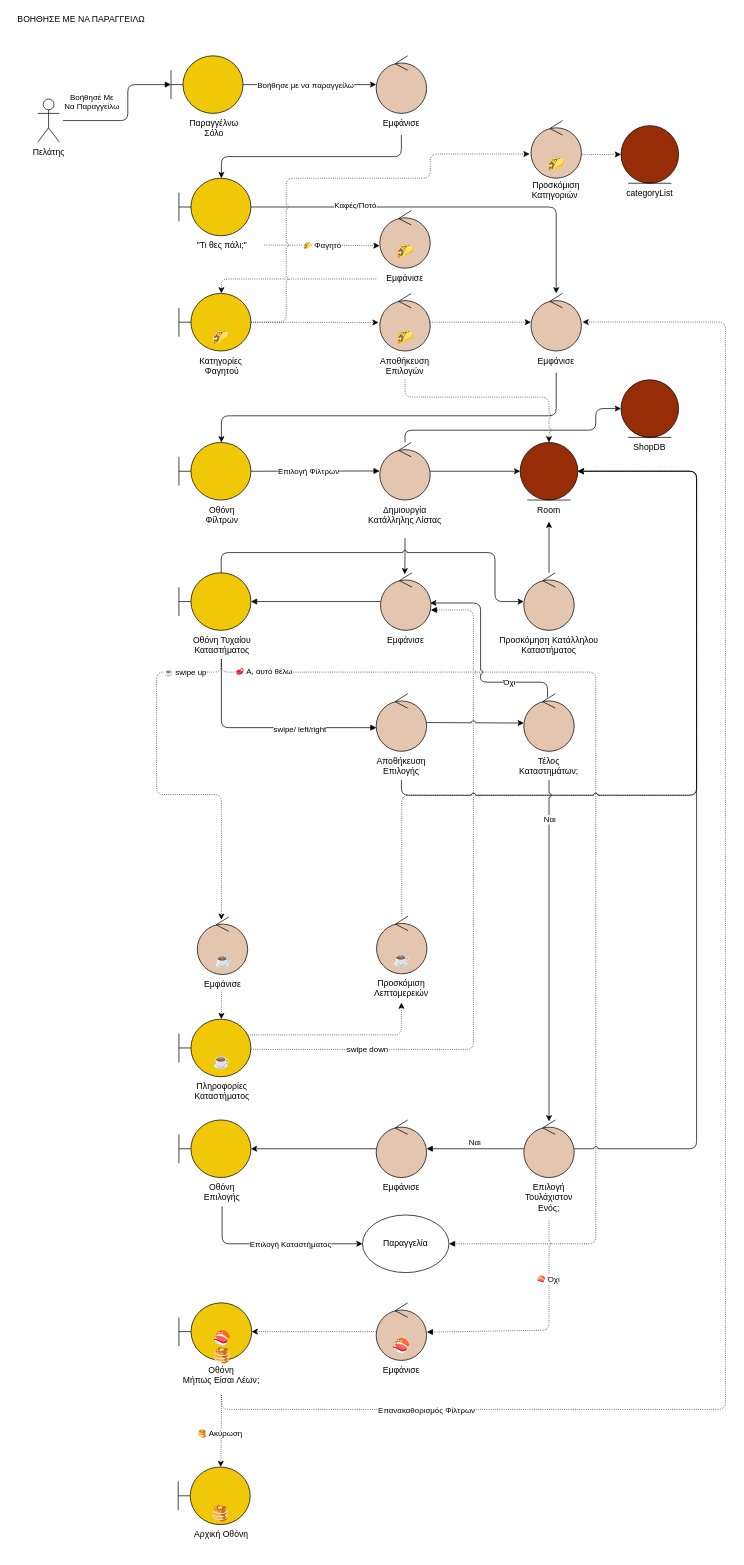
This is docs/contributions/iloudaros/Diagrams/Roubstness Diagrams/Customer/Solo Help Me Order/Solo Help Me Order Robustness.drawio from iloudaros/nomnomr, a draw.io file, before an edit. Source tidied: cells renumbered, new cells numbered last; positions are measured from the earlier drawing's top-left corner, leaving out a move shared by most shapes. Both pictures are drawn from the tidied source at 72%, with x=0, y=0 at pixel (12, 12).
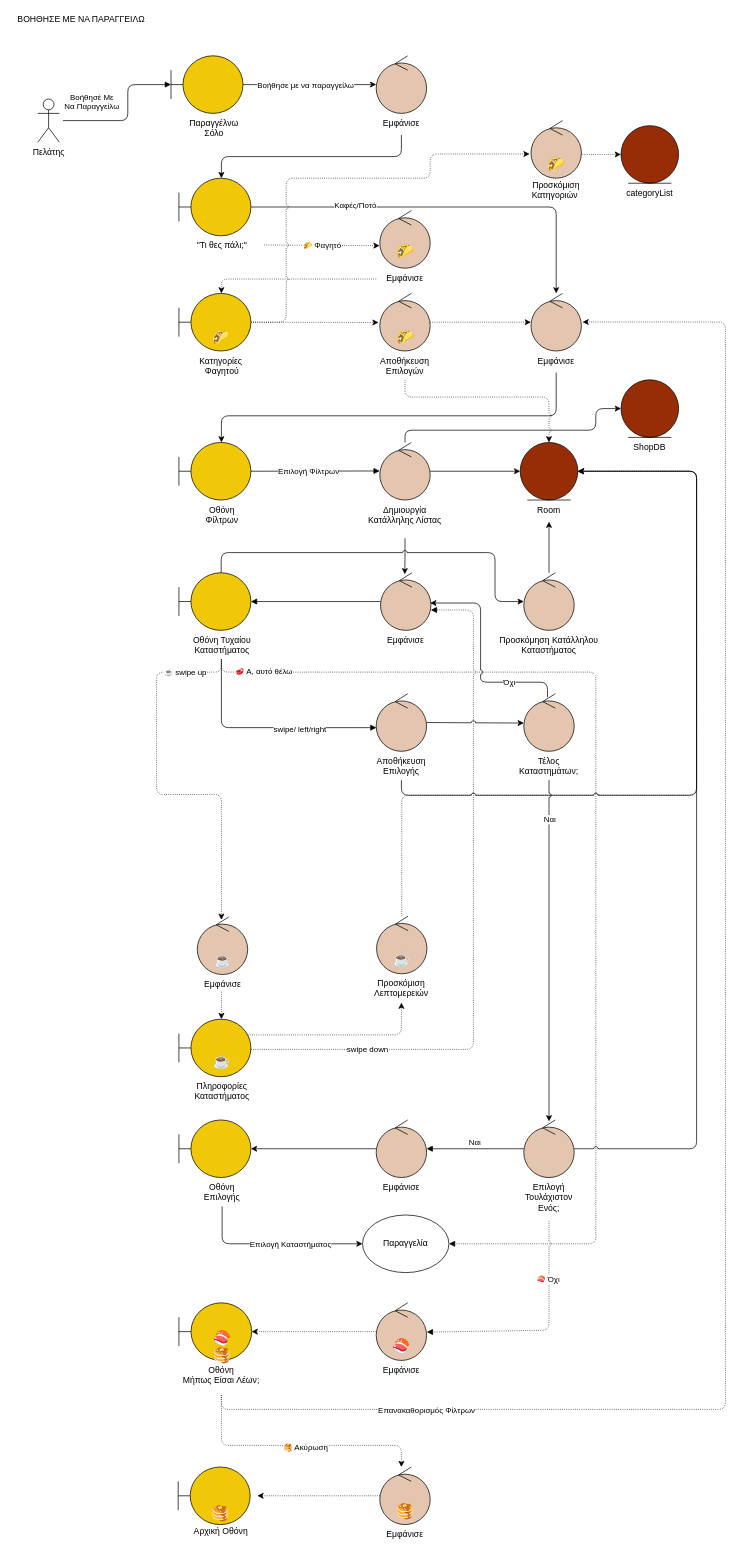
Above is the later version.

Unchanged cells that the change refers to:
```xml
<mxCell id="59" value="&lt;span style=&quot;color: rgb(0, 0, 0); font-family: helvetica; font-size: 12px; font-style: normal; font-weight: 400; letter-spacing: normal; text-indent: 0px; text-transform: none; word-spacing: 0px; display: inline; float: none;&quot;&gt;Οθόνη&lt;/span&gt;&lt;br style=&quot;color: rgb(0, 0, 0); font-family: helvetica; font-size: 12px; font-style: normal; font-weight: 400; letter-spacing: normal; text-indent: 0px; text-transform: none; word-spacing: 0px;&quot;&gt;&lt;span style=&quot;color: rgb(0, 0, 0); font-family: helvetica; font-size: 12px; font-style: normal; font-weight: 400; letter-spacing: normal; text-indent: 0px; text-transform: none; word-spacing: 0px; display: inline; float: none;&quot;&gt;Μήπως&amp;nbsp;&lt;/span&gt;&lt;span style=&quot;color: rgb(0, 0, 0); font-family: helvetica; font-size: 12px; font-style: normal; font-weight: 400; letter-spacing: normal; text-indent: 0px; text-transform: none; word-spacing: 0px; display: inline; float: none;&quot;&gt;Είσαι&amp;nbsp;&lt;/span&gt;&lt;span style=&quot;color: rgb(0, 0, 0); font-family: helvetica; font-size: 12px; font-style: normal; font-weight: 400; letter-spacing: normal; text-indent: 0px; text-transform: none; word-spacing: 0px; display: inline; float: none;&quot;&gt;Λέων;&lt;/span&gt;" style="text;whiteSpace=wrap;html=1;fontColor=#000000;align=center;labelBackgroundColor=none;" parent="1" vertex="1">
  <mxGeometry x="230" y="1872" width="120" height="48" as="geometry" />
</mxCell>
```

What changed in the source:
```diff
@@
-    <mxCell id="57" style="edgeStyle=orthogonalEdgeStyle;rounded=1;jettySize=auto;html=1;dashed=1;dashPattern=1 2;entryX=0.5;entryY=0;entryDx=0;entryDy=0;" parent="1" edge="1" source="59">
-      <mxGeometry relative="1" as="geometry">
-        <mxPoint x="289" y="2020" as="targetPoint" />
-      </mxGeometry>
-    </mxCell>
-    <mxCell id="58" value="&lt;span style=&quot;font-size: 10px; background-color: rgb(248, 249, 250);&quot;&gt;🥞&amp;nbsp;&lt;/span&gt;Ακύρωση" style="edgeLabel;html=1;align=center;verticalAlign=middle;" parent="57" vertex="1">
-      <mxGeometry x="0.06" y="-2" relative="1" as="geometry" />
-    </mxCell>
@@
-    <mxCell id="133" value="&lt;font face=&quot;helvetica&quot;&gt;Αρχική Οθόνη&lt;/font&gt;" style="text;whiteSpace=wrap;html=1;fontColor=#000000;align=center;labelBackgroundColor=none;" parent="1" vertex="1">
-      <mxGeometry x="250" y="2100" width="80" height="40" as="geometry" />
-    </mxCell>
@@
+    <mxCell id="136" style="edgeStyle=orthogonalEdgeStyle;rounded=1;orthogonalLoop=1;jettySize=auto;html=1;dashed=1;dashPattern=1 2;" parent="1" edge="1">
+      <mxGeometry relative="1" as="geometry">
+        <mxPoint x="290" y="1920" as="sourcePoint" />
+        <mxPoint x="540" y="2020" as="targetPoint" />
+        <Array as="points">
+          <mxPoint x="290" y="1990" />
+          <mxPoint x="540" y="1990" />
+        </Array>
+      </mxGeometry>
+    </mxCell>
+    <mxCell id="58" value="&lt;span style=&quot;font-size: 10px; background-color: rgb(248, 249, 250);&quot;&gt;🥞&amp;nbsp;&lt;/span&gt;Ακύρωση" style="edgeLabel;html=1;align=center;verticalAlign=middle;" parent="136" vertex="1">
+      <mxGeometry x="0.06" y="-2" relative="1" as="geometry" />
+    </mxCell>
+    <mxCell id="137" style="group;" parent="1" vertex="1">
+      <mxGeometry x="505" y="2020" width="80" height="110" as="geometry" />
+    </mxCell>
+    <mxCell id="138" style="ellipse;shape=umlControl;whiteSpace=wrap;html=1;fillColor=#E4C5AF;fontColor=#000000;strokeColor=#000000;labelBackgroundColor=none;align=center;" parent="137" vertex="1">
+      <mxGeometry x="5" width="70" height="80" as="geometry" />
+    </mxCell>
+    <mxCell id="139" value="&lt;span style=&quot;color: rgb(0, 0, 0); font-family: helvetica; font-size: 12px; font-style: normal; font-weight: 400; letter-spacing: normal; text-indent: 0px; text-transform: none; word-spacing: 0px; display: inline; float: none;&quot;&gt;Εμφάνισε&lt;/span&gt;" style="text;whiteSpace=wrap;html=1;fontColor=#000000;align=center;labelBackgroundColor=none;" parent="137" vertex="1">
+      <mxGeometry y="80" width="80" height="30" as="geometry" />
+    </mxCell>
+    <mxCell id="140" value="🥞" style="text;whiteSpace=wrap;html=1;fontSize=20;align=center;verticalAlign=middle;" parent="137" vertex="1">
+      <mxGeometry x="15" y="40" width="50" height="40" as="geometry" />
+    </mxCell>
+    <mxCell id="141" style="edgeStyle=orthogonalEdgeStyle;rounded=0;jettySize=auto;html=1;dashed=1;dashPattern=1 2;" parent="1" edge="1" source="138">
+      <mxGeometry relative="1" as="geometry">
+        <mxPoint x="340" y="2060" as="targetPoint" />
+      </mxGeometry>
+    </mxCell>
+    <mxCell id="133" value="Αρχική Οθόνη" style="text;html=1;align=center;verticalAlign=middle;strokeColor=none;fillColor=none;" parent="1" vertex="1">
+      <mxGeometry x="244" y="2100" width="90" height="20" as="geometry" />
+    </mxCell>
```
